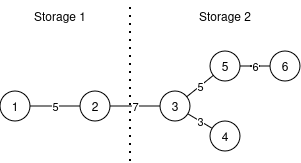
The draw.io diagram report/extras/graph.png in FackOff25/VKRCourse, before a commit. Source tidied: cells renumbered, new cells last; positions are measured from the earlier drawing's top-left corner, leaving out a move shared by most shapes.
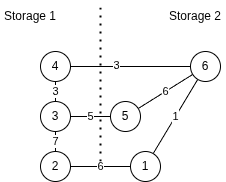
The same diagram one commit later.

The edit, as a diff of the source:
```diff
@@ -2,17 +2,23 @@
   <root>
     <mxCell id="0" />
     <mxCell id="1" parent="0" />
-    <mxCell id="2" value="7" style="edgeStyle=orthogonalEdgeStyle;rounded=0;jettySize=auto;html=1;entryX=0;entryY=0.5;entryDx=0;entryDy=0;endArrow=none;endFill=0;" parent="1" edge="1" source="3" target="8">
+    <mxCell id="2" value="7" style="rounded=0;jettySize=auto;html=1;endArrow=none;endFill=0;" parent="1" edge="1" source="3" target="8">
       <mxGeometry relative="1" as="geometry" />
     </mxCell>
     <mxCell id="3" value="2" style="ellipse;whiteSpace=wrap;html=1;" parent="1" vertex="1">
-      <mxGeometry x="80" y="90" width="30" height="30" as="geometry" />
+      <mxGeometry x="70" y="150" width="30" height="30" as="geometry" />
     </mxCell>
-    <mxCell id="4" value="5" style="edgeStyle=orthogonalEdgeStyle;rounded=0;jettySize=auto;html=1;endArrow=none;endFill=0;" parent="1" edge="1" source="5" target="3">
+    <mxCell id="4" value="6" style="rounded=0;jettySize=auto;html=1;endArrow=none;endFill=0;" parent="1" edge="1" source="5" target="3">
       <mxGeometry relative="1" as="geometry" />
     </mxCell>
+    <mxCell id="16" style="rounded=0;jettySize=auto;html=1;endArrow=none;endFill=0;" parent="1" edge="1" source="5" target="11">
+      <mxGeometry relative="1" as="geometry" />
+    </mxCell>
+    <mxCell id="17" value="1" style="edgeLabel;html=1;align=center;verticalAlign=middle;" parent="16" vertex="1">
+      <mxGeometry y="1" relative="1" as="geometry" />
+    </mxCell>
     <mxCell id="5" value="1" style="ellipse;whiteSpace=wrap;html=1;" parent="1" vertex="1">
-      <mxGeometry y="90" width="30" height="30" as="geometry" />
+      <mxGeometry x="160" y="150" width="30" height="30" as="geometry" />
     </mxCell>
     <mxCell id="6" value="5" style="rounded=0;jettySize=auto;html=1;endArrow=none;endFill=0;" parent="1" edge="1" source="8" target="10">
       <mxGeometry relative="1" as="geometry" />
@@ -21,19 +27,25 @@
       <mxGeometry relative="1" as="geometry" />
     </mxCell>
     <mxCell id="8" value="3" style="ellipse;whiteSpace=wrap;html=1;" parent="1" vertex="1">
-      <mxGeometry x="160" y="90" width="30" height="30" as="geometry" />
+      <mxGeometry x="70" y="100" width="30" height="30" as="geometry" />
     </mxCell>
-    <mxCell id="9" value="6" style="edgeStyle=orthogonalEdgeStyle;rounded=0;jettySize=auto;html=1;endArrow=none;endFill=0;" parent="1" edge="1" source="10" target="11">
+    <mxCell id="9" value="6" style="rounded=0;jettySize=auto;html=1;endArrow=none;endFill=0;" parent="1" edge="1" source="10" target="11">
       <mxGeometry relative="1" as="geometry" />
     </mxCell>
     <mxCell id="10" value="5" style="ellipse;whiteSpace=wrap;html=1;" parent="1" vertex="1">
-      <mxGeometry x="210" y="50" width="30" height="30" as="geometry" />
+      <mxGeometry x="140" y="100" width="30" height="30" as="geometry" />
     </mxCell>
     <mxCell id="11" value="6" style="ellipse;whiteSpace=wrap;html=1;" parent="1" vertex="1">
-      <mxGeometry x="270" y="50" width="30" height="30" as="geometry" />
+      <mxGeometry x="220" y="50" width="30" height="30" as="geometry" />
     </mxCell>
+    <mxCell id="18" style="rounded=0;jettySize=auto;html=1;endArrow=none;endFill=0;" parent="1" edge="1" source="12" target="11">
+      <mxGeometry relative="1" as="geometry" />
+    </mxCell>
+    <mxCell id="19" value="3" style="edgeLabel;html=1;align=center;verticalAlign=middle;" parent="18" vertex="1">
+      <mxGeometry x="-0.24" y="1" relative="1" as="geometry" />
+    </mxCell>
     <mxCell id="12" value="4" style="ellipse;whiteSpace=wrap;html=1;" parent="1" vertex="1">
-      <mxGeometry x="210" y="120" width="30" height="30" as="geometry" />
+      <mxGeometry x="70" y="50" width="30" height="30" as="geometry" />
     </mxCell>
     <mxCell id="13" style="endArrow=none;dashed=1;html=1;dashPattern=1 3;strokeWidth=2;rounded=0;" parent="1" edge="1">
       <mxGeometry relative="1" as="geometry">
```
